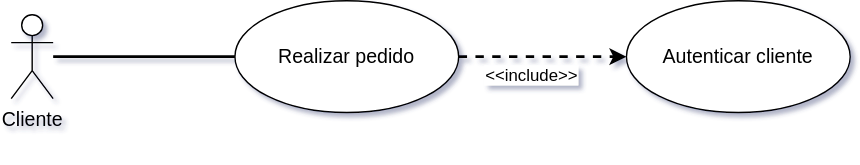
Above: docs/ED/UD 6 - Diseño OO - Diagramas de acitividad/imagenes/casos_de_uso_include.svg in mmourazos/Curso-2024-2025 (draw.io), before the change. Source tidied: cells renumbered, new cells last; positions are measured from the earlier drawing's top-left corner, leaving out a move shared by most shapes.
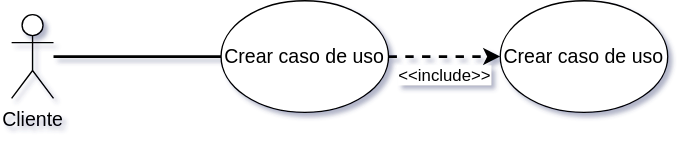
After the change.

Commit message:
Completando apuntes de Diagramas de actividad.

Change to the diagram source:
```diff
@@ -2,26 +2,20 @@
   <root>
     <mxCell id="0" />
     <mxCell id="1" parent="0" />
-    <mxCell id="2" style="group;" parent="1" vertex="1">
-      <mxGeometry width="600" height="80" as="geometry" />
+    <mxCell id="2" value="Crear caso de uso" style="ellipse;whiteSpace=wrap;html=1;fontSize=14;strokeWidth=1;" parent="1" vertex="1">
+      <mxGeometry width="120" height="80" as="geometry" />
     </mxCell>
-    <mxCell id="3" value="Cliente&lt;div&gt;&lt;br&gt;&lt;/div&gt;" style="shape=umlActor;verticalLabelPosition=bottom;verticalAlign=top;html=1;outlineConnect=0;fontSize=14;" parent="2" vertex="1">
-      <mxGeometry y="10" width="30" height="60" as="geometry" />
+    <mxCell id="3" value="Cliente" style="shape=umlActor;verticalLabelPosition=bottom;verticalAlign=top;html=1;outlineConnect=0;fontSize=14;strokeWidth=1;" parent="1" vertex="1">
+      <mxGeometry x="-150" y="10" width="30" height="60" as="geometry" />
     </mxCell>
-    <mxCell id="4" value="Realizar pedido" style="ellipse;whiteSpace=wrap;html=1;fontSize=14;" parent="2" vertex="1">
-      <mxGeometry x="160" width="160" height="80" as="geometry" />
+    <mxCell id="4" value="Crear caso de uso" style="ellipse;whiteSpace=wrap;html=1;fontSize=14;strokeWidth=1;" parent="1" vertex="1">
+      <mxGeometry x="200" width="120" height="80" as="geometry" />
     </mxCell>
-    <mxCell id="5" style="endArrow=none;html=1;rounded=0;strokeWidth=2;" parent="2" edge="1" source="3" target="4">
+    <mxCell id="5" value="&amp;lt;&amp;lt;include&amp;gt;&amp;gt;" style="endArrow=classic;html=1;rounded=0;dashed=1;labelPosition=center;verticalLabelPosition=bottom;align=center;verticalAlign=top;fontSize=12;strokeWidth=2;" parent="1" edge="1" source="2" target="4">
       <mxGeometry relative="1" as="geometry" />
     </mxCell>
-    <mxCell id="6" value="Autenticar cliente" style="ellipse;whiteSpace=wrap;html=1;fontSize=14;" parent="2" vertex="1">
-      <mxGeometry x="440" width="160" height="80" as="geometry" />
+    <mxCell id="6" style="endArrow=none;html=1;rounded=0;strokeWidth=2;" parent="1" edge="1" source="3" target="2">
+      <mxGeometry relative="1" as="geometry" />
     </mxCell>
-    <mxCell id="7" style="endArrow=classic;html=1;rounded=0;strokeWidth=2;dashed=1;labelPosition=center;verticalLabelPosition=bottom;align=center;verticalAlign=top;" parent="2" edge="1" source="4" target="6">
-      <mxGeometry relative="1" as="geometry" />
-    </mxCell>
-    <mxCell id="8" value="&lt;div&gt;&lt;span style=&quot;background-color: light-dark(#ffffff, var(--ge-dark-color, #121212)); color: light-dark(rgb(0, 0, 0), rgb(255, 255, 255));&quot;&gt;&amp;lt;&amp;lt;include&amp;gt;&amp;gt;&lt;/span&gt;&lt;/div&gt;" style="edgeLabel;html=1;align=center;verticalAlign=top;labelPosition=center;verticalLabelPosition=bottom;fontSize=12;" parent="7" vertex="1">
-      <mxGeometry x="-0.15" relative="1" as="geometry" />
-    </mxCell>
   </root>
 </mxGraphModel>
```
